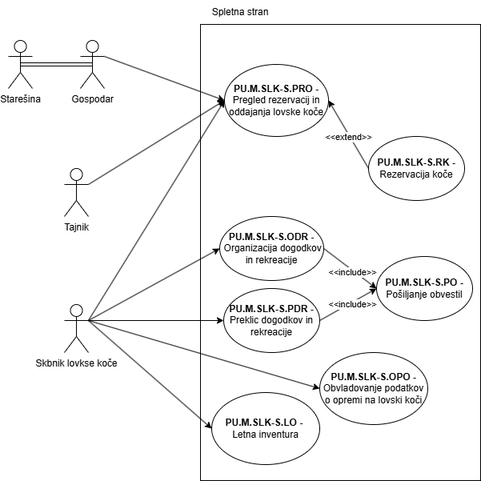
Earlier version of the draw.io export Skrbnistvo lovskih koc-Spletna aplikacija.drawio.png (ErnestISv/Lovstvo). Source tidied: cells renumbered, new cells last; positions are measured from the earlier drawing's top-left corner, leaving out a move shared by most shapes. The source it was exported from:
```xml
<mxGraphModel>
  <root>
    <mxCell id="0" />
    <mxCell id="1" parent="0" />
    <mxCell id="2" style="rounded=0;whiteSpace=wrap;html=1;" parent="1" vertex="1">
      <mxGeometry x="240" y="30" width="350" height="570" as="geometry" />
    </mxCell>
    <mxCell id="3" value="Skbnik lovkse koče" style="shape=umlActor;verticalLabelPosition=bottom;verticalAlign=top;html=1;outlineConnect=0;" parent="1" vertex="1">
      <mxGeometry x="70" y="380" width="30" height="60" as="geometry" />
    </mxCell>
    <mxCell id="4" value="Spletna stran" style="text;html=1;align=center;verticalAlign=middle;whiteSpace=wrap;rounded=0;" parent="1" vertex="1">
      <mxGeometry x="240" width="100" height="30" as="geometry" />
    </mxCell>
    <mxCell id="5" value="&lt;b&gt;PU.M.SLK-S.PDR -&lt;/b&gt; Preklic dogodkov in rekreacije" style="ellipse;whiteSpace=wrap;html=1;" parent="1" vertex="1">
      <mxGeometry x="269" y="360" width="120" height="80" as="geometry" />
    </mxCell>
    <mxCell id="6" value="&lt;b&gt;PU.M.SLK-S.ODR -&lt;/b&gt;&amp;nbsp;Organizacija dogodkov in rekreacije" style="ellipse;whiteSpace=wrap;html=1;" parent="1" vertex="1">
      <mxGeometry x="264" y="270" width="130" height="80" as="geometry" />
    </mxCell>
    <mxCell id="7" value="&lt;b&gt;PU.M.SLK-S.OPO -&lt;/b&gt; Obvladovanje podatkov o opremi na lovski koči" style="ellipse;whiteSpace=wrap;html=1;" parent="1" vertex="1">
      <mxGeometry x="389" y="440" width="135" height="90" as="geometry" />
    </mxCell>
    <mxCell id="8" value="&lt;b&gt;PU.M.SLK-S.PO -&lt;/b&gt; Pošiljanje obvestil" style="ellipse;whiteSpace=wrap;html=1;" parent="1" vertex="1">
      <mxGeometry x="460" y="320" width="120" height="80" as="geometry" />
    </mxCell>
    <mxCell id="9" style="endArrow=classic;html=1;rounded=0;exitX=1;exitY=0.3333333333333333;exitDx=0;exitDy=0;exitPerimeter=0;entryX=0;entryY=0.5;entryDx=0;entryDy=0;" parent="1" edge="1" source="3" target="6">
      <mxGeometry relative="1" as="geometry" />
    </mxCell>
    <mxCell id="10" style="endArrow=classic;html=1;rounded=0;exitX=1;exitY=0.3333333333333333;exitDx=0;exitDy=0;entryX=0;entryY=0.5;entryDx=0;entryDy=0;exitPerimeter=0;" parent="1" edge="1" source="3" target="5">
      <mxGeometry relative="1" as="geometry" />
    </mxCell>
    <mxCell id="11" style="endArrow=classic;html=1;rounded=0;exitX=1;exitY=0.5;exitDx=0;exitDy=0;entryX=0;entryY=0.5;entryDx=0;entryDy=0;" parent="1" edge="1" source="5" target="8">
      <mxGeometry relative="1" as="geometry" />
    </mxCell>
    <mxCell id="12" value="&amp;lt;&amp;lt;include&amp;gt;&amp;gt;" style="edgeLabel;html=1;align=center;verticalAlign=middle;" parent="11" vertex="1">
      <mxGeometry x="0.11" y="-2" relative="1" as="geometry" />
    </mxCell>
    <mxCell id="13" style="endArrow=classic;html=1;rounded=0;exitX=1;exitY=0.5;exitDx=0;exitDy=0;entryX=0;entryY=0.5;entryDx=0;entryDy=0;" parent="1" edge="1" source="6" target="8">
      <mxGeometry relative="1" as="geometry" />
    </mxCell>
    <mxCell id="14" value="&amp;lt;&amp;lt;include&amp;gt;&amp;gt;" style="edgeLabel;html=1;align=center;verticalAlign=middle;" parent="13" vertex="1">
      <mxGeometry x="0.11" y="-2" relative="1" as="geometry" />
    </mxCell>
    <mxCell id="15" style="endArrow=classic;html=1;rounded=0;exitX=1;exitY=0.3333333333333333;exitDx=0;exitDy=0;exitPerimeter=0;entryX=0;entryY=0.5;entryDx=0;entryDy=0;" parent="1" edge="1" source="3" target="7">
      <mxGeometry relative="1" as="geometry" />
    </mxCell>
    <mxCell id="16" value="&lt;b&gt;PU.M.SLK-S.PRO -&lt;/b&gt; Pregled rezervacij in oddajanja lovske koče" style="ellipse;whiteSpace=wrap;html=1;" parent="1" vertex="1">
      <mxGeometry x="270" y="80" width="130" height="90" as="geometry" />
    </mxCell>
    <mxCell id="17" value="&lt;b&gt;PU.M.SLK-S.RK -&lt;/b&gt; Rezervacija koče" style="ellipse;whiteSpace=wrap;html=1;" parent="1" vertex="1">
      <mxGeometry x="450" y="170" width="120" height="80" as="geometry" />
    </mxCell>
    <mxCell id="18" value="Starešina" style="shape=umlActor;verticalLabelPosition=bottom;verticalAlign=top;html=1;outlineConnect=0;" parent="1" vertex="1">
      <mxGeometry y="50" width="30" height="60" as="geometry" />
    </mxCell>
    <mxCell id="19" value="Gospodar" style="shape=umlActor;verticalLabelPosition=bottom;verticalAlign=top;html=1;outlineConnect=0;" parent="1" vertex="1">
      <mxGeometry x="90" y="50" width="30" height="60" as="geometry" />
    </mxCell>
    <mxCell id="20" style="endArrow=classic;startArrow=classic;html=1;rounded=0;exitX=0.5;exitY=0.5;exitDx=0;exitDy=0;exitPerimeter=0;entryX=0.5;entryY=0.5;entryDx=0;entryDy=0;entryPerimeter=0;shape=link;" parent="1" edge="1" source="18" target="19">
      <mxGeometry relative="1" as="geometry" />
    </mxCell>
    <mxCell id="21" style="endArrow=classic;html=1;rounded=0;exitX=1;exitY=0.3333333333333333;exitDx=0;exitDy=0;exitPerimeter=0;entryX=0;entryY=0.5;entryDx=0;entryDy=0;" parent="1" edge="1" source="19" target="16">
      <mxGeometry relative="1" as="geometry" />
    </mxCell>
    <mxCell id="22" style="endArrow=classic;html=1;rounded=0;exitX=1;exitY=0.3333333333333333;exitDx=0;exitDy=0;exitPerimeter=0;entryX=0;entryY=0.5;entryDx=0;entryDy=0;" parent="1" edge="1" source="3" target="16">
      <mxGeometry relative="1" as="geometry" />
    </mxCell>
    <mxCell id="23" style="endArrow=classic;html=1;rounded=0;entryX=1;entryY=0.5;entryDx=0;entryDy=0;exitX=0;exitY=0.5;exitDx=0;exitDy=0;" parent="1" edge="1" source="17" target="16">
      <mxGeometry relative="1" as="geometry" />
    </mxCell>
    <mxCell id="24" value="&amp;lt;&amp;lt;extend&amp;gt;&amp;gt;" style="edgeLabel;html=1;align=center;verticalAlign=middle;" parent="23" vertex="1">
      <mxGeometry x="-0.04" y="2" relative="1" as="geometry" />
    </mxCell>
    <mxCell id="25" value="&lt;b&gt;PU.M.SLK-S.LO -&lt;/b&gt;&amp;nbsp;&lt;div&gt;Letna inventura&lt;/div&gt;" style="ellipse;whiteSpace=wrap;html=1;" parent="1" vertex="1">
      <mxGeometry x="254" y="490" width="135" height="90" as="geometry" />
    </mxCell>
    <mxCell id="26" style="endArrow=classic;html=1;rounded=0;exitX=1;exitY=0.3333333333333333;exitDx=0;exitDy=0;exitPerimeter=0;entryX=0;entryY=0.5;entryDx=0;entryDy=0;" parent="1" edge="1" source="3" target="25">
      <mxGeometry relative="1" as="geometry" />
    </mxCell>
    <mxCell id="27" value="Tajnik" style="shape=umlActor;verticalLabelPosition=bottom;verticalAlign=top;html=1;outlineConnect=0;" parent="1" vertex="1">
      <mxGeometry x="70" y="210" width="30" height="60" as="geometry" />
    </mxCell>
    <mxCell id="28" style="endArrow=classic;html=1;rounded=0;exitX=1;exitY=0.3333333333333333;exitDx=0;exitDy=0;exitPerimeter=0;entryX=0;entryY=0.5;entryDx=0;entryDy=0;" parent="1" edge="1" source="27" target="16">
      <mxGeometry relative="1" as="geometry" />
    </mxCell>
  </root>
</mxGraphModel>
```
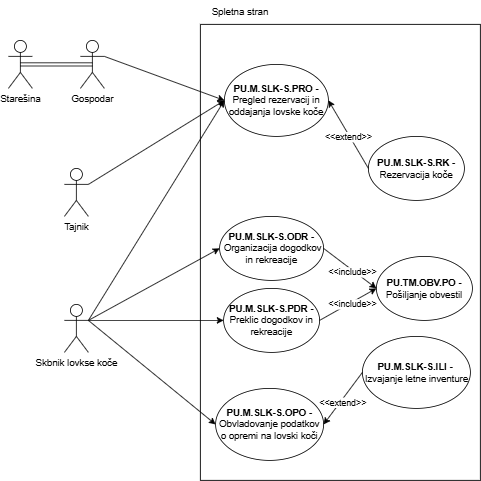
The same diagram one commit later.

Change to the diagram source:
```diff
@@ -18,9 +18,9 @@
       <mxGeometry x="264" y="270" width="130" height="80" as="geometry" />
     </mxCell>
     <mxCell id="7" value="&lt;b&gt;PU.M.SLK-S.OPO -&lt;/b&gt; Obvladovanje podatkov o opremi na lovski koči" style="ellipse;whiteSpace=wrap;html=1;" parent="1" vertex="1">
-      <mxGeometry x="389" y="440" width="135" height="90" as="geometry" />
+      <mxGeometry x="259" y="485" width="135" height="90" as="geometry" />
     </mxCell>
-    <mxCell id="8" value="&lt;b&gt;PU.M.SLK-S.PO -&lt;/b&gt; Pošiljanje obvestil" style="ellipse;whiteSpace=wrap;html=1;" parent="1" vertex="1">
+    <mxCell id="8" value="&lt;b&gt;PU.TM.OBV.PO -&lt;/b&gt; Pošiljanje obvestil" style="ellipse;whiteSpace=wrap;html=1;" parent="1" vertex="1">
       <mxGeometry x="460" y="320" width="120" height="80" as="geometry" />
     </mxCell>
     <mxCell id="9" style="endArrow=classic;html=1;rounded=0;exitX=1;exitY=0.3333333333333333;exitDx=0;exitDy=0;exitPerimeter=0;entryX=0;entryY=0.5;entryDx=0;entryDy=0;" parent="1" edge="1" source="3" target="6">
@@ -71,12 +71,15 @@
     <mxCell id="24" value="&amp;lt;&amp;lt;extend&amp;gt;&amp;gt;" style="edgeLabel;html=1;align=center;verticalAlign=middle;" parent="23" vertex="1">
       <mxGeometry x="-0.04" y="2" relative="1" as="geometry" />
     </mxCell>
-    <mxCell id="25" value="&lt;b&gt;PU.M.SLK-S.LO -&lt;/b&gt;&amp;nbsp;&lt;div&gt;Letna inventura&lt;/div&gt;" style="ellipse;whiteSpace=wrap;html=1;" parent="1" vertex="1">
-      <mxGeometry x="254" y="490" width="135" height="90" as="geometry" />
+    <mxCell id="25" value="&lt;b&gt;PU.M.SLK-S.ILI -&lt;/b&gt;&amp;nbsp;&lt;div&gt;Izvajanje letne inventure&lt;/div&gt;" style="ellipse;whiteSpace=wrap;html=1;" parent="1" vertex="1">
+      <mxGeometry x="442.5" y="420" width="135" height="90" as="geometry" />
     </mxCell>
-    <mxCell id="26" style="endArrow=classic;html=1;rounded=0;exitX=1;exitY=0.3333333333333333;exitDx=0;exitDy=0;exitPerimeter=0;entryX=0;entryY=0.5;entryDx=0;entryDy=0;" parent="1" edge="1" source="3" target="25">
+    <mxCell id="26" style="endArrow=classic;html=1;rounded=0;entryX=1;entryY=0.5;entryDx=0;entryDy=0;exitX=0;exitY=0.5;exitDx=0;exitDy=0;" parent="1" edge="1" source="25" target="7">
       <mxGeometry relative="1" as="geometry" />
     </mxCell>
+    <mxCell id="29" value="&amp;lt;&amp;lt;extend&amp;gt;&amp;gt;" style="edgeLabel;html=1;align=center;verticalAlign=middle;" parent="26" vertex="1">
+      <mxGeometry x="0.11" y="3" relative="1" as="geometry" />
+    </mxCell>
     <mxCell id="27" value="Tajnik" style="shape=umlActor;verticalLabelPosition=bottom;verticalAlign=top;html=1;outlineConnect=0;" parent="1" vertex="1">
       <mxGeometry x="70" y="210" width="30" height="60" as="geometry" />
     </mxCell>
```
